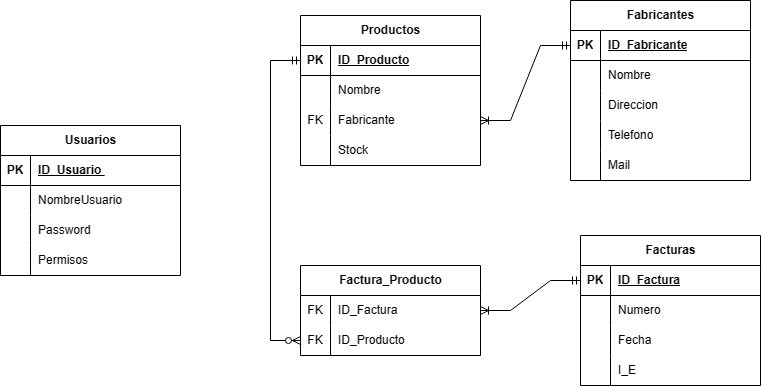
Earlier version of the draw.io export DER.png (omar-sca/PIG_Grupo5). Source tidied: cells renumbered, new cells last; positions are measured from the earlier drawing's top-left corner, leaving out a move shared by most shapes.
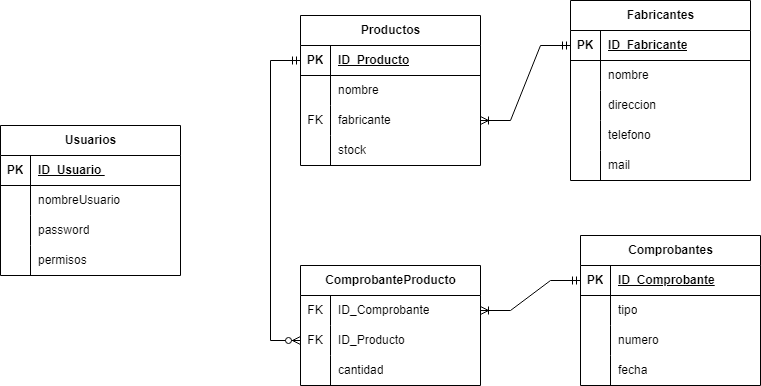
Above is the later version.

Commit message:
Edicion de Readme y modificacion/agregado de diagramas

Change to the diagram source:
```diff
@@ -34,7 +34,7 @@
     <mxCell id="10" style="shape=partialRectangle;fillColor=none;top=0;left=0;bottom=0;right=0;overflow=hidden;whiteSpace=wrap;html=1;" parent="9" vertex="1">
       <mxGeometry width="30" height="30" as="geometry" />
     </mxCell>
-    <mxCell id="11" value="Nombre" style="shape=partialRectangle;fillColor=none;top=0;left=0;bottom=0;right=0;align=left;spacingLeft=6;overflow=hidden;whiteSpace=wrap;html=1;" parent="9" vertex="1">
+    <mxCell id="11" value="nombre" style="shape=partialRectangle;fillColor=none;top=0;left=0;bottom=0;right=0;align=left;spacingLeft=6;overflow=hidden;whiteSpace=wrap;html=1;" parent="9" vertex="1">
       <mxGeometry x="30" width="150" height="30" as="geometry" />
     </mxCell>
     <mxCell id="12" style="shape=tableRow;horizontal=0;startSize=0;swimlaneHead=0;swimlaneBody=0;fillColor=none;points=[[0,0.5],[1,0.5]];portConstraint=eastwest;top=0;left=0;right=0;bottom=0;" parent="5" vertex="1">
@@ -43,7 +43,7 @@
     <mxCell id="13" value="FK" style="shape=partialRectangle;fillColor=none;top=0;left=0;bottom=0;right=0;overflow=hidden;whiteSpace=wrap;html=1;" parent="12" vertex="1">
       <mxGeometry width="30" height="30" as="geometry" />
     </mxCell>
-    <mxCell id="14" value="Fabricante" style="shape=partialRectangle;fillColor=none;top=0;left=0;bottom=0;right=0;align=left;spacingLeft=6;overflow=hidden;whiteSpace=wrap;html=1;" parent="12" vertex="1">
+    <mxCell id="14" value="fabricante" style="shape=partialRectangle;fillColor=none;top=0;left=0;bottom=0;right=0;align=left;spacingLeft=6;overflow=hidden;whiteSpace=wrap;html=1;" parent="12" vertex="1">
       <mxGeometry x="30" width="150" height="30" as="geometry" />
     </mxCell>
     <mxCell id="15" style="shape=tableRow;horizontal=0;startSize=0;swimlaneHead=0;swimlaneBody=0;fillColor=none;top=0;left=0;right=0;bottom=0;" parent="5" vertex="1">
@@ -52,7 +52,7 @@
     <mxCell id="16" style="shape=partialRectangle;fillColor=none;top=0;left=0;bottom=0;right=0;overflow=hidden;whiteSpace=wrap;html=1;" parent="15" vertex="1">
       <mxGeometry width="30" height="30" as="geometry" />
     </mxCell>
-    <mxCell id="17" value="Stock" style="shape=partialRectangle;fillColor=none;top=0;left=0;bottom=0;right=0;align=left;spacingLeft=6;overflow=hidden;whiteSpace=wrap;html=1;" parent="15" vertex="1">
+    <mxCell id="17" value="stock" style="shape=partialRectangle;fillColor=none;top=0;left=0;bottom=0;right=0;align=left;spacingLeft=6;overflow=hidden;whiteSpace=wrap;html=1;" parent="15" vertex="1">
       <mxGeometry x="30" width="150" height="30" as="geometry" />
     </mxCell>
     <mxCell id="18" value="Fabricantes" style="shape=table;startSize=30;rowLines=0;fontStyle=1;align=center;html=1;" parent="1" vertex="1">
@@ -73,7 +73,7 @@
     <mxCell id="23" style="shape=partialRectangle;fillColor=none;top=0;left=0;bottom=0;right=0;overflow=hidden;whiteSpace=wrap;html=1;" parent="22" vertex="1">
       <mxGeometry width="30" height="30" as="geometry" />
     </mxCell>
-    <mxCell id="24" value="Nombre" style="shape=partialRectangle;fillColor=none;top=0;left=0;bottom=0;right=0;align=left;spacingLeft=6;overflow=hidden;whiteSpace=wrap;html=1;" parent="22" vertex="1">
+    <mxCell id="24" value="nombre" style="shape=partialRectangle;fillColor=none;top=0;left=0;bottom=0;right=0;align=left;spacingLeft=6;overflow=hidden;whiteSpace=wrap;html=1;" parent="22" vertex="1">
       <mxGeometry x="30" width="150" height="30" as="geometry" />
     </mxCell>
     <mxCell id="25" style="shape=tableRow;horizontal=0;startSize=0;swimlaneHead=0;swimlaneBody=0;fillColor=none;top=0;left=0;right=0;bottom=0;" parent="18" vertex="1">
@@ -82,7 +82,7 @@
     <mxCell id="26" style="shape=partialRectangle;fillColor=none;top=0;left=0;bottom=0;right=0;overflow=hidden;whiteSpace=wrap;html=1;" parent="25" vertex="1">
       <mxGeometry width="30" height="30" as="geometry" />
     </mxCell>
-    <mxCell id="27" value="Direccion" style="shape=partialRectangle;fillColor=none;top=0;left=0;bottom=0;right=0;align=left;spacingLeft=6;overflow=hidden;whiteSpace=wrap;html=1;" parent="25" vertex="1">
+    <mxCell id="27" value="direccion" style="shape=partialRectangle;fillColor=none;top=0;left=0;bottom=0;right=0;align=left;spacingLeft=6;overflow=hidden;whiteSpace=wrap;html=1;" parent="25" vertex="1">
       <mxGeometry x="30" width="150" height="30" as="geometry" />
     </mxCell>
     <mxCell id="28" style="shape=tableRow;horizontal=0;startSize=0;swimlaneHead=0;swimlaneBody=0;fillColor=none;top=0;left=0;right=0;bottom=0;" parent="18" vertex="1">
@@ -91,7 +91,7 @@
     <mxCell id="29" style="shape=partialRectangle;fillColor=none;top=0;left=0;bottom=0;right=0;overflow=hidden;whiteSpace=wrap;html=1;" parent="28" vertex="1">
       <mxGeometry width="30" height="30" as="geometry" />
     </mxCell>
-    <mxCell id="30" value="Telefono" style="shape=partialRectangle;fillColor=none;top=0;left=0;bottom=0;right=0;align=left;spacingLeft=6;overflow=hidden;whiteSpace=wrap;html=1;" parent="28" vertex="1">
+    <mxCell id="30" value="telefono" style="shape=partialRectangle;fillColor=none;top=0;left=0;bottom=0;right=0;align=left;spacingLeft=6;overflow=hidden;whiteSpace=wrap;html=1;" parent="28" vertex="1">
       <mxGeometry x="30" width="150" height="30" as="geometry" />
     </mxCell>
     <mxCell id="31" style="shape=tableRow;horizontal=0;startSize=0;swimlaneHead=0;swimlaneBody=0;fillColor=none;top=0;left=0;right=0;bottom=0;" parent="18" vertex="1">
@@ -100,7 +100,7 @@
     <mxCell id="32" style="shape=partialRectangle;fillColor=none;top=0;left=0;bottom=0;right=0;overflow=hidden;whiteSpace=wrap;html=1;" parent="31" vertex="1">
       <mxGeometry width="30" height="30" as="geometry" />
     </mxCell>
-    <mxCell id="33" value="Mail" style="shape=partialRectangle;fillColor=none;top=0;left=0;bottom=0;right=0;align=left;spacingLeft=6;overflow=hidden;whiteSpace=wrap;html=1;" parent="31" vertex="1">
+    <mxCell id="33" value="mail" style="shape=partialRectangle;fillColor=none;top=0;left=0;bottom=0;right=0;align=left;spacingLeft=6;overflow=hidden;whiteSpace=wrap;html=1;" parent="31" vertex="1">
       <mxGeometry x="30" width="150" height="30" as="geometry" />
     </mxCell>
     <mxCell id="34" style="shape=tableRow;horizontal=0;startSize=0;swimlaneHead=0;swimlaneBody=0;fillColor=none;top=0;left=0;right=0;bottom=0;" parent="1" vertex="1">
@@ -109,8 +109,8 @@
     <mxCell id="35" style="shape=partialRectangle;fillColor=none;top=0;left=0;bottom=0;right=0;overflow=hidden;whiteSpace=wrap;html=1;" parent="34" vertex="1">
       <mxGeometry width="30" height="30" as="geometry" />
     </mxCell>
-    <mxCell id="36" value="Factura_Producto" style="shape=table;startSize=30;rowLines=0;fontStyle=1;align=center;html=1;" parent="1" vertex="1">
-      <mxGeometry x="300" y="265" width="180" height="90" as="geometry" />
+    <mxCell id="36" value="ComprobanteProducto" style="shape=table;startSize=30;rowLines=0;fontStyle=1;align=center;html=1;" parent="1" vertex="1">
+      <mxGeometry x="300" y="265" width="180" height="120" as="geometry" />
     </mxCell>
     <mxCell id="37" style="shape=tableRow;horizontal=0;startSize=0;swimlaneHead=0;swimlaneBody=0;fillColor=none;points=[[0,0.5],[1,0.5]];portConstraint=eastwest;top=0;left=0;right=0;bottom=0;" parent="36" vertex="1">
       <mxGeometry y="30" width="180" height="30" as="geometry" />
@@ -118,7 +118,7 @@
     <mxCell id="38" value="FK" style="shape=partialRectangle;fillColor=none;top=0;left=0;bottom=0;right=0;overflow=hidden;whiteSpace=wrap;html=1;" parent="37" vertex="1">
       <mxGeometry width="30" height="30" as="geometry" />
     </mxCell>
-    <mxCell id="39" value="ID_Factura" style="shape=partialRectangle;fillColor=none;top=0;left=0;bottom=0;right=0;align=left;spacingLeft=6;overflow=hidden;whiteSpace=wrap;html=1;" parent="37" vertex="1">
+    <mxCell id="39" value="ID_Comprobante" style="shape=partialRectangle;fillColor=none;top=0;left=0;bottom=0;right=0;align=left;spacingLeft=6;overflow=hidden;whiteSpace=wrap;html=1;" parent="37" vertex="1">
       <mxGeometry x="30" width="150" height="30" as="geometry" />
     </mxCell>
     <mxCell id="40" style="shape=tableRow;horizontal=0;startSize=0;swimlaneHead=0;swimlaneBody=0;fillColor=none;points=[[0,0.5],[1,0.5]];portConstraint=eastwest;top=0;left=0;right=0;bottom=0;" parent="36" vertex="1">
@@ -130,7 +130,16 @@
     <mxCell id="42" value="ID_Producto" style="shape=partialRectangle;fillColor=none;top=0;left=0;bottom=0;right=0;align=left;spacingLeft=6;overflow=hidden;whiteSpace=wrap;html=1;" parent="40" vertex="1">
       <mxGeometry x="30" width="150" height="30" as="geometry" />
     </mxCell>
+    <mxCell id="69" style="shape=tableRow;horizontal=0;startSize=0;swimlaneHead=0;swimlaneBody=0;fillColor=none;top=0;left=0;right=0;bottom=0;" parent="36" vertex="1">
+      <mxGeometry y="90" width="180" height="30" as="geometry" />
+    </mxCell>
+    <mxCell id="70" style="shape=partialRectangle;fillColor=none;top=0;left=0;bottom=0;right=0;overflow=hidden;whiteSpace=wrap;html=1;" parent="69" vertex="1">
+      <mxGeometry width="30" height="30" as="geometry" />
+    </mxCell>
+    <mxCell id="71" value="cantidad" style="shape=partialRectangle;fillColor=none;top=0;left=0;bottom=0;right=0;align=left;spacingLeft=6;overflow=hidden;whiteSpace=wrap;html=1;" parent="69" vertex="1">
+      <mxGeometry x="30" width="150" height="30" as="geometry" />
+    </mxCell>
-    <mxCell id="43" value="Facturas" style="shape=table;startSize=30;rowLines=0;fontStyle=1;align=center;html=1;" parent="1" vertex="1">
+    <mxCell id="43" value="Comprobantes" style="shape=table;startSize=30;rowLines=0;fontStyle=1;align=center;html=1;" parent="1" vertex="1">
       <mxGeometry x="580" y="235" width="180" height="150" as="geometry" />
     </mxCell>
     <mxCell id="44" style="shape=tableRow;horizontal=0;startSize=0;swimlaneHead=0;swimlaneBody=0;fillColor=none;points=[[0,0.5],[1,0.5]];portConstraint=eastwest;top=0;left=0;right=0;bottom=1;" parent="43" vertex="1">
@@ -139,7 +148,7 @@
     <mxCell id="45" value="PK" style="shape=partialRectangle;fillColor=none;top=0;left=0;bottom=0;right=0;fontStyle=1;overflow=hidden;whiteSpace=wrap;html=1;" parent="44" vertex="1">
       <mxGeometry width="30" height="30" as="geometry" />
     </mxCell>
-    <mxCell id="46" value="ID_Factura" style="shape=partialRectangle;fillColor=none;top=0;left=0;bottom=0;right=0;align=left;spacingLeft=6;fontStyle=5;overflow=hidden;whiteSpace=wrap;html=1;" parent="44" vertex="1">
+    <mxCell id="46" value="ID_Comprobante" style="shape=partialRectangle;fillColor=none;top=0;left=0;bottom=0;right=0;align=left;spacingLeft=6;fontStyle=5;overflow=hidden;whiteSpace=wrap;html=1;" parent="44" vertex="1">
       <mxGeometry x="30" width="150" height="30" as="geometry" />
     </mxCell>
     <mxCell id="47" style="shape=tableRow;horizontal=0;startSize=0;swimlaneHead=0;swimlaneBody=0;fillColor=none;top=0;left=0;right=0;bottom=0;" parent="43" vertex="1">
@@ -148,7 +157,7 @@
     <mxCell id="48" style="shape=partialRectangle;fillColor=none;top=0;left=0;bottom=0;right=0;overflow=hidden;whiteSpace=wrap;html=1;" parent="47" vertex="1">
       <mxGeometry width="30" height="30" as="geometry" />
     </mxCell>
-    <mxCell id="49" value="Numero" style="shape=partialRectangle;fillColor=none;top=0;left=0;bottom=0;right=0;align=left;spacingLeft=6;overflow=hidden;whiteSpace=wrap;html=1;" parent="47" vertex="1">
+    <mxCell id="49" value="tipo" style="shape=partialRectangle;fillColor=none;top=0;left=0;bottom=0;right=0;align=left;spacingLeft=6;overflow=hidden;whiteSpace=wrap;html=1;" parent="47" vertex="1">
       <mxGeometry x="30" width="150" height="30" as="geometry" />
     </mxCell>
     <mxCell id="50" style="shape=tableRow;horizontal=0;startSize=0;swimlaneHead=0;swimlaneBody=0;fillColor=none;top=0;left=0;right=0;bottom=0;" parent="43" vertex="1">
@@ -157,7 +166,7 @@
     <mxCell id="51" style="shape=partialRectangle;fillColor=none;top=0;left=0;bottom=0;right=0;overflow=hidden;whiteSpace=wrap;html=1;" parent="50" vertex="1">
       <mxGeometry width="30" height="30" as="geometry" />
     </mxCell>
-    <mxCell id="52" value="Fecha" style="shape=partialRectangle;fillColor=none;top=0;left=0;bottom=0;right=0;align=left;spacingLeft=6;overflow=hidden;whiteSpace=wrap;html=1;" parent="50" vertex="1">
+    <mxCell id="52" value="numero" style="shape=partialRectangle;fillColor=none;top=0;left=0;bottom=0;right=0;align=left;spacingLeft=6;overflow=hidden;whiteSpace=wrap;html=1;" parent="50" vertex="1">
       <mxGeometry x="30" width="150" height="30" as="geometry" />
     </mxCell>
     <mxCell id="53" style="shape=tableRow;horizontal=0;startSize=0;swimlaneHead=0;swimlaneBody=0;fillColor=none;top=0;left=0;right=0;bottom=0;" parent="43" vertex="1">
@@ -166,7 +175,7 @@
     <mxCell id="54" style="shape=partialRectangle;fillColor=none;top=0;left=0;bottom=0;right=0;overflow=hidden;whiteSpace=wrap;html=1;" parent="53" vertex="1">
       <mxGeometry width="30" height="30" as="geometry" />
     </mxCell>
-    <mxCell id="55" value="I_E" style="shape=partialRectangle;fillColor=none;top=0;left=0;bottom=0;right=0;align=left;spacingLeft=6;overflow=hidden;whiteSpace=wrap;html=1;" parent="53" vertex="1">
+    <mxCell id="55" value="fecha" style="shape=partialRectangle;fillColor=none;top=0;left=0;bottom=0;right=0;align=left;spacingLeft=6;overflow=hidden;whiteSpace=wrap;html=1;" parent="53" vertex="1">
       <mxGeometry x="30" width="150" height="30" as="geometry" />
     </mxCell>
     <mxCell id="56" value="Usuarios" style="shape=table;startSize=30;rowLines=0;fontStyle=1;align=center;html=1;" parent="1" vertex="1">
@@ -187,7 +196,7 @@
     <mxCell id="61" style="shape=partialRectangle;fillColor=none;top=0;left=0;bottom=0;right=0;overflow=hidden;whiteSpace=wrap;html=1;" parent="60" vertex="1">
       <mxGeometry width="30" height="30" as="geometry" />
     </mxCell>
-    <mxCell id="62" value="NombreUsuario" style="shape=partialRectangle;fillColor=none;top=0;left=0;bottom=0;right=0;align=left;spacingLeft=6;overflow=hidden;whiteSpace=wrap;html=1;" parent="60" vertex="1">
+    <mxCell id="62" value="nombreUsuario" style="shape=partialRectangle;fillColor=none;top=0;left=0;bottom=0;right=0;align=left;spacingLeft=6;overflow=hidden;whiteSpace=wrap;html=1;" parent="60" vertex="1">
       <mxGeometry x="30" width="150" height="30" as="geometry" />
     </mxCell>
     <mxCell id="63" style="shape=tableRow;horizontal=0;startSize=0;swimlaneHead=0;swimlaneBody=0;fillColor=none;top=0;left=0;right=0;bottom=0;" parent="56" vertex="1">
@@ -196,7 +205,7 @@
     <mxCell id="64" style="shape=partialRectangle;fillColor=none;top=0;left=0;bottom=0;right=0;overflow=hidden;whiteSpace=wrap;html=1;" parent="63" vertex="1">
       <mxGeometry width="30" height="30" as="geometry" />
     </mxCell>
-    <mxCell id="65" value="Password" style="shape=partialRectangle;fillColor=none;top=0;left=0;bottom=0;right=0;align=left;spacingLeft=6;overflow=hidden;whiteSpace=wrap;html=1;" parent="63" vertex="1">
+    <mxCell id="65" value="password" style="shape=partialRectangle;fillColor=none;top=0;left=0;bottom=0;right=0;align=left;spacingLeft=6;overflow=hidden;whiteSpace=wrap;html=1;" parent="63" vertex="1">
       <mxGeometry x="30" width="150" height="30" as="geometry" />
     </mxCell>
     <mxCell id="66" style="shape=tableRow;horizontal=0;startSize=0;swimlaneHead=0;swimlaneBody=0;fillColor=none;top=0;left=0;right=0;bottom=0;" parent="56" vertex="1">
@@ -205,7 +214,7 @@
     <mxCell id="67" style="shape=partialRectangle;fillColor=none;top=0;left=0;bottom=0;right=0;overflow=hidden;whiteSpace=wrap;html=1;" parent="66" vertex="1">
       <mxGeometry width="30" height="30" as="geometry" />
     </mxCell>
-    <mxCell id="68" value="Permisos" style="shape=partialRectangle;fillColor=none;top=0;left=0;bottom=0;right=0;align=left;spacingLeft=6;overflow=hidden;whiteSpace=wrap;html=1;" parent="66" vertex="1">
+    <mxCell id="68" value="permisos" style="shape=partialRectangle;fillColor=none;top=0;left=0;bottom=0;right=0;align=left;spacingLeft=6;overflow=hidden;whiteSpace=wrap;html=1;" parent="66" vertex="1">
       <mxGeometry x="30" width="150" height="30" as="geometry" />
     </mxCell>
   </root>
```
